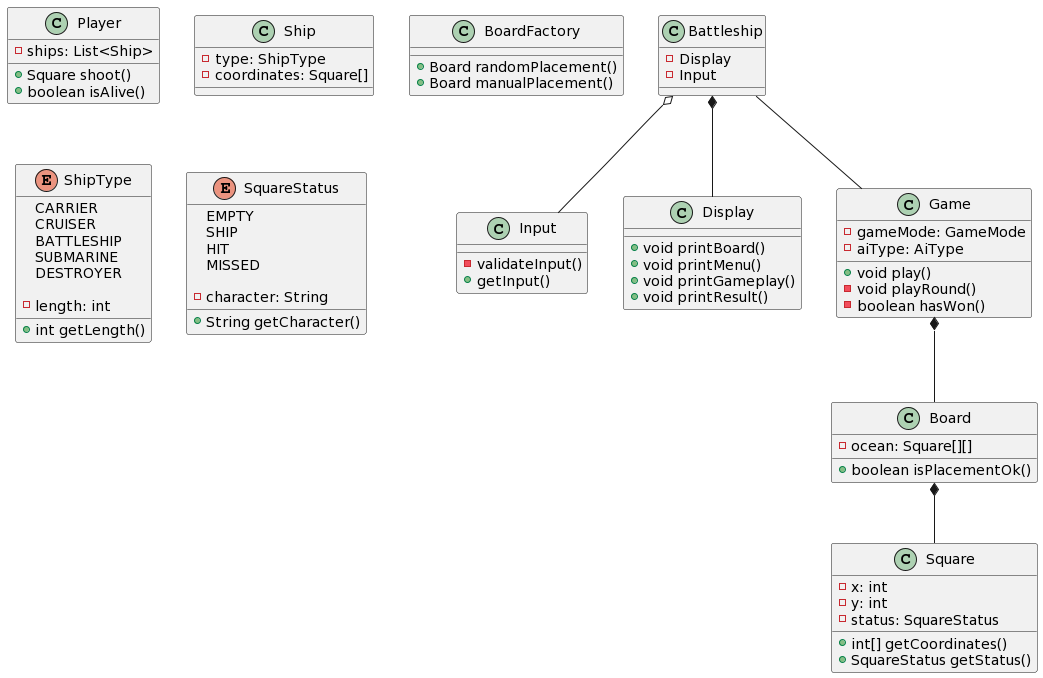
Earlier version of the PlantUML export uml.png (benedekhalaj/battleship-java).
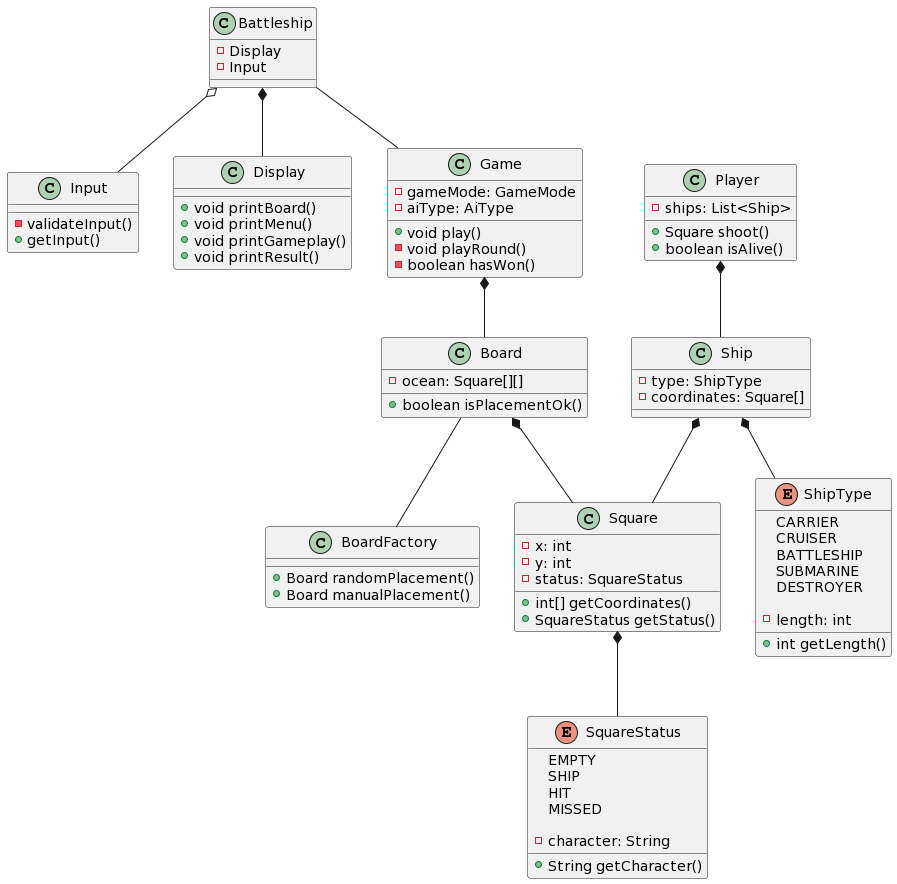
Later version of the same file.

Commit message:
Update UML diagram

The edit, as a diff of the source:
```diff
@@ -72,4 +72,9 @@
 Battleship -- Game
 Game *-- Board
 Board *-- Square
+Board -- BoardFactory
+Ship *-- Square
+Ship *-- ShipType
+Square *-- SquareStatus
+Player *-- Ship
 @enduml
```
